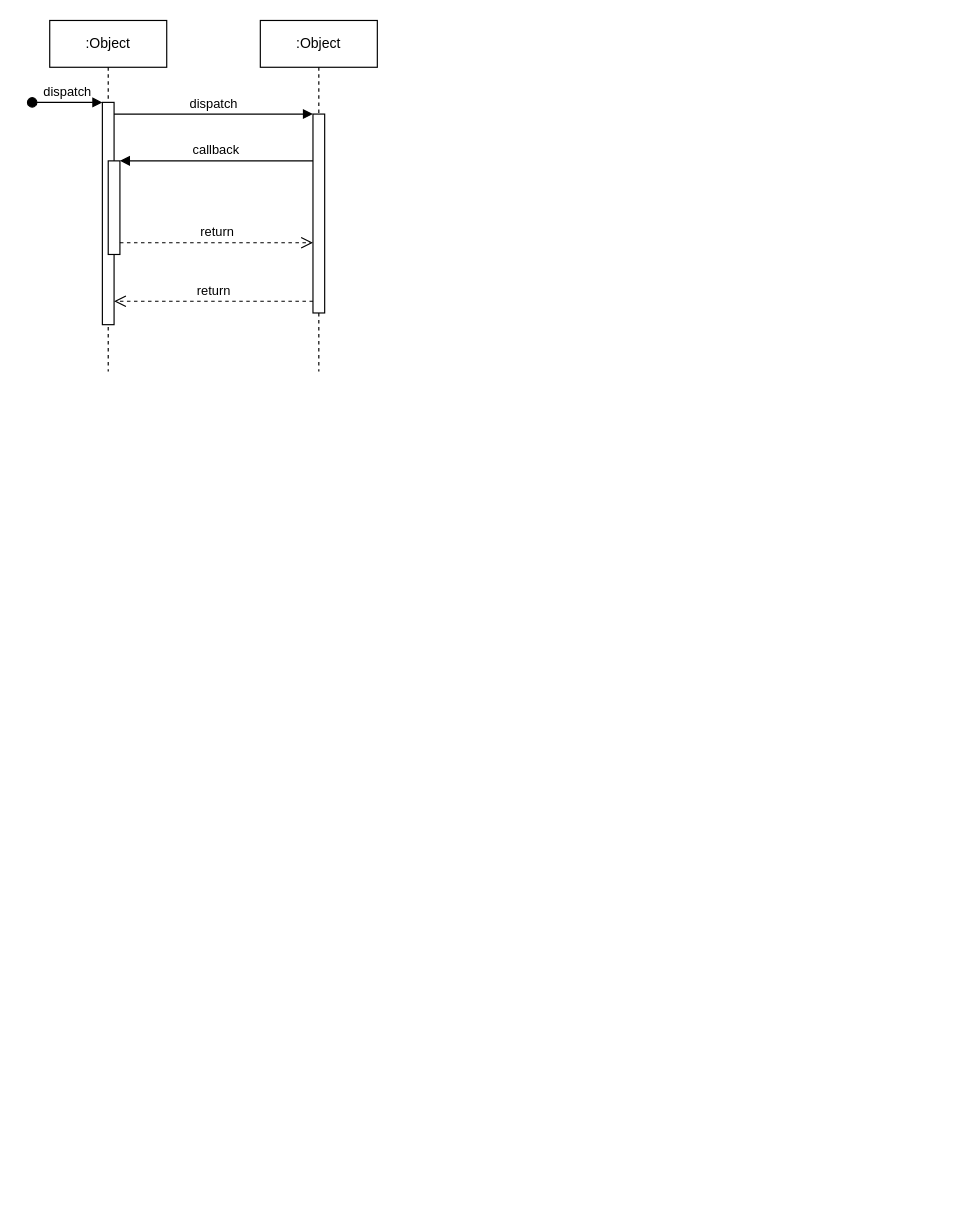
benjamin-tan-osim/diagrams keeps this draw.io diagram as Untitled Diagram.drawio. Above is the earlier version. Source tidied: cells renumbered, new cells numbered last; positions are measured from the earlier drawing's top-left corner, leaving out a move shared by most shapes. Both pictures are drawn from the tidied source at 117%, with x=0, y=0 at pixel (32, 20).
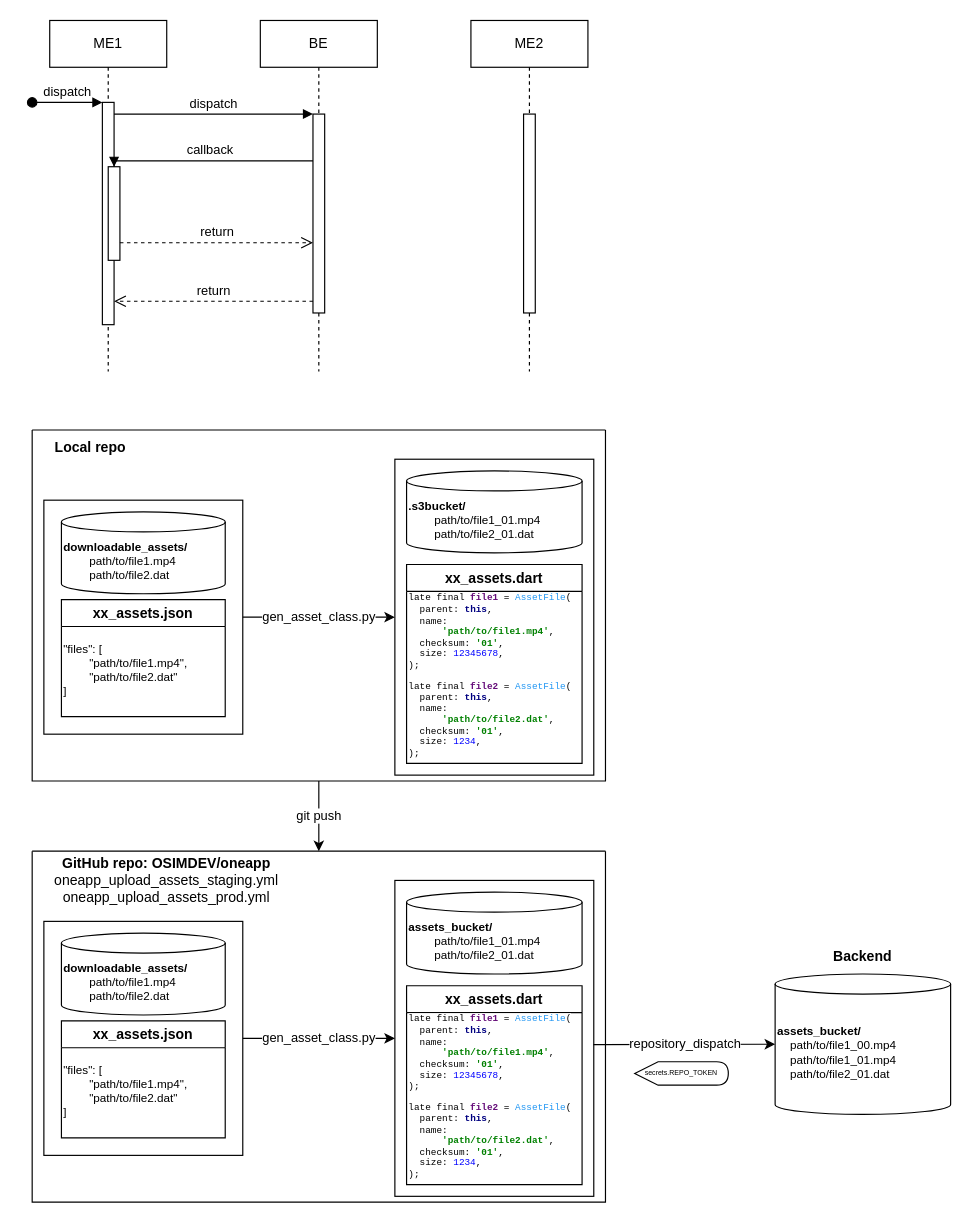
The same diagram, later.

Commit message:
old workflow

What changed in the source:
```diff
@@
-    <mxCell id="2" value=":Object" style="shape=umlLifeline;perimeter=lifelinePerimeter;whiteSpace=wrap;html=1;newEdgeStyle={&quot;edgeStyle&quot;:&quot;elbowEdgeStyle&quot;,&quot;elbow&quot;:&quot;vertical&quot;,&quot;curved&quot;:0,&quot;rounded&quot;:0};" parent="1" vertex="1">
+    <mxCell id="2" value="ME1" style="shape=umlLifeline;perimeter=lifelinePerimeter;whiteSpace=wrap;html=1;newEdgeStyle={&quot;edgeStyle&quot;:&quot;elbowEdgeStyle&quot;,&quot;elbow&quot;:&quot;vertical&quot;,&quot;curved&quot;:0,&quot;rounded&quot;:0};" parent="1" vertex="1">
       <mxGeometry x="15" width="100" height="300" as="geometry" />
     </mxCell>
@@
     <mxCell id="5" style="html=1;points=[];perimeter=orthogonalPerimeter;outlineConnect=0;targetShapes=umlLifeline;portConstraint=eastwest;newEdgeStyle={&quot;edgeStyle&quot;:&quot;elbowEdgeStyle&quot;,&quot;elbow&quot;:&quot;vertical&quot;,&quot;curved&quot;:0,&quot;rounded&quot;:0};" parent="2" vertex="1">
-      <mxGeometry x="50" y="120" width="10" height="80" as="geometry" />
+      <mxGeometry x="50" y="125" width="10" height="80" as="geometry" />
     </mxCell>
-    <mxCell id="6" value=":Object" style="shape=umlLifeline;perimeter=lifelinePerimeter;whiteSpace=wrap;html=1;newEdgeStyle={&quot;edgeStyle&quot;:&quot;elbowEdgeStyle&quot;,&quot;elbow&quot;:&quot;vertical&quot;,&quot;curved&quot;:0,&quot;rounded&quot;:0};" parent="1" vertex="1">
+    <mxCell id="6" value="BE" style="shape=umlLifeline;perimeter=lifelinePerimeter;whiteSpace=wrap;html=1;newEdgeStyle={&quot;edgeStyle&quot;:&quot;elbowEdgeStyle&quot;,&quot;elbow&quot;:&quot;vertical&quot;,&quot;curved&quot;:0,&quot;rounded&quot;:0};" parent="1" vertex="1">
       <mxGeometry x="195" width="100" height="300" as="geometry" />
     </mxCell>
@@
+    <mxCell id="12" value="ME2" style="shape=umlLifeline;perimeter=lifelinePerimeter;whiteSpace=wrap;html=1;newEdgeStyle={&quot;edgeStyle&quot;:&quot;elbowEdgeStyle&quot;,&quot;elbow&quot;:&quot;vertical&quot;,&quot;curved&quot;:0,&quot;rounded&quot;:0};" parent="1" vertex="1">
+      <mxGeometry x="375" width="100" height="300" as="geometry" />
+    </mxCell>
+    <mxCell id="13" style="html=1;perimeter=orthogonalPerimeter;targetShapes=umlLifeline;newEdgeStyle={&quot;edgeStyle&quot;:&quot;elbowEdgeStyle&quot;,&quot;elbow&quot;:&quot;vertical&quot;,&quot;curved&quot;:0,&quot;rounded&quot;:0};" parent="12" vertex="1">
+      <mxGeometry x="45" y="80" width="10" height="170" as="geometry" />
+    </mxCell>
+    <mxCell id="14" style="group;" parent="1" vertex="1">
+      <mxGeometry y="350" width="490" height="300" as="geometry" />
+    </mxCell>
+    <mxCell id="15" style="group;" parent="14" vertex="1">
+      <mxGeometry x="10" y="60" width="170" height="200" as="geometry" />
+    </mxCell>
+    <mxCell id="16" style="rounded=0;whiteSpace=wrap;html=1;" parent="15" vertex="1">
+      <mxGeometry width="170" height="200" as="geometry" />
+    </mxCell>
+    <mxCell id="17" value="xx_assets.json" style="swimlane;whiteSpace=wrap;html=1;align=center;" parent="15" vertex="1">
+      <mxGeometry x="15" y="85" width="140" height="100" as="geometry" />
+    </mxCell>
+    <mxCell id="18" value="&quot;files&quot;: [&lt;br style=&quot;font-size: 10px;&quot;&gt;&lt;span style=&quot;white-space: pre; font-size: 10px;&quot;&gt;&#9;&lt;/span&gt;&quot;path/to/file1.mp4&quot;,&lt;br style=&quot;font-size: 10px;&quot;&gt;&lt;span style=&quot;white-space: pre; font-size: 10px;&quot;&gt;&#9;&lt;/span&gt;&quot;path/to/file2.dat&quot;&lt;br style=&quot;font-size: 10px;&quot;&gt;]" style="text;html=1;align=left;verticalAlign=middle;strokeColor=none;fillColor=none;fontSize=10;" parent="17" vertex="1">
+      <mxGeometry y="30" width="130" height="60" as="geometry" />
+    </mxCell>
+    <mxCell id="19" value="&lt;b style=&quot;font-size: 10px;&quot;&gt;downloadable_assets/&lt;/b&gt;&lt;br style=&quot;font-size: 10px;&quot;&gt;&lt;span style=&quot;white-space: pre; font-size: 10px;&quot;&gt;&#9;&lt;/span&gt;path/to/file1.mp4&lt;br style=&quot;font-size: 10px;&quot;&gt;&lt;span style=&quot;white-space: pre; font-size: 10px;&quot;&gt;&#9;&lt;/span&gt;path/to/file2.dat" style="shape=cylinder3;whiteSpace=wrap;html=1;boundedLbl=1;backgroundOutline=1;size=8.555555555555486;align=left;fontSize=10;" parent="15" vertex="1">
+      <mxGeometry x="15" y="10" width="140" height="70" as="geometry" />
+    </mxCell>
+    <mxCell id="20" style="group;" parent="14" vertex="1">
+      <mxGeometry x="310" y="25" width="170" height="270" as="geometry" />
+    </mxCell>
+    <mxCell id="21" style="rounded=0;whiteSpace=wrap;html=1;" parent="20" vertex="1">
+      <mxGeometry width="170" height="270" as="geometry" />
+    </mxCell>
+    <mxCell id="22" value="&lt;b style=&quot;font-size: 10px;&quot;&gt;.s3bucket/&lt;/b&gt;&lt;br style=&quot;font-size: 10px;&quot;&gt;&lt;span style=&quot;white-space: pre; font-size: 10px;&quot;&gt;&#9;&lt;/span&gt;path/to/file1_01.mp4&lt;br style=&quot;font-size: 10px;&quot;&gt;&lt;span style=&quot;white-space: pre; font-size: 10px;&quot;&gt;&#9;&lt;/span&gt;path/to/file2_01.dat" style="shape=cylinder3;whiteSpace=wrap;html=1;boundedLbl=1;backgroundOutline=1;size=8.555555555555486;align=left;fontSize=10;" parent="20" vertex="1">
+      <mxGeometry x="10" y="10" width="150" height="70" as="geometry" />
+    </mxCell>
+    <mxCell id="23" value="xx_assets.dart" style="swimlane;whiteSpace=wrap;html=1;align=center;" parent="20" vertex="1">
+      <mxGeometry x="10" y="90" width="150" height="170" as="geometry" />
+    </mxCell>
+    <mxCell id="24" value="&lt;div style=&quot;background-color: rgb(255, 255, 255); font-family: &amp;quot;JetBrains Mono&amp;quot;, monospace; font-size: 8px;&quot;&gt;&lt;pre style=&quot;font-size: 8px;&quot;&gt;late final &lt;span style=&quot;color: rgb(102, 14, 122); font-weight: bold; font-size: 8px;&quot;&gt;file1 &lt;/span&gt;= &lt;span style=&quot;color: rgb(33, 150, 243); font-size: 8px;&quot;&gt;AssetFile&lt;/span&gt;(&lt;br style=&quot;font-size: 8px;&quot;&gt;  parent: &lt;span style=&quot;color: rgb(0, 0, 128); font-weight: bold; font-size: 8px;&quot;&gt;this&lt;/span&gt;,&lt;br style=&quot;font-size: 8px;&quot;&gt;  name:&lt;br style=&quot;font-size: 8px;&quot;&gt;      &lt;span style=&quot;color: rgb(0, 128, 0); font-weight: bold; font-size: 8px;&quot;&gt;'path/to/file1.mp4'&lt;/span&gt;,&lt;br style=&quot;font-size: 8px;&quot;&gt;  checksum: &lt;span style=&quot;color: rgb(0, 128, 0); font-weight: bold; font-size: 8px;&quot;&gt;'01'&lt;/span&gt;,&lt;br style=&quot;font-size: 8px;&quot;&gt;  size: &lt;span style=&quot;color: rgb(0, 0, 255); font-size: 8px;&quot;&gt;12345678&lt;/span&gt;,&lt;br style=&quot;font-size: 8px;&quot;&gt;);&lt;/pre&gt;&lt;pre style=&quot;font-size: 8px;&quot;&gt;&lt;div style=&quot;font-family: &amp;quot;JetBrains Mono&amp;quot;, monospace; font-size: 8px;&quot;&gt;&lt;pre style=&quot;font-size: 8px;&quot;&gt;late final &lt;span style=&quot;color: rgb(102, 14, 122); font-weight: bold; font-size: 8px;&quot;&gt;file2 &lt;/span&gt;= &lt;span style=&quot;color: rgb(33, 150, 243); font-size: 8px;&quot;&gt;AssetFile&lt;/span&gt;(&lt;br style=&quot;font-size: 8px;&quot;&gt;  parent: &lt;span style=&quot;color: rgb(0, 0, 128); font-weight: bold; font-size: 8px;&quot;&gt;this&lt;/span&gt;,&lt;br style=&quot;font-size: 8px;&quot;&gt;  name:&lt;br style=&quot;font-size: 8px;&quot;&gt;      &lt;span style=&quot;color: rgb(0, 128, 0); font-weight: bold; font-size: 8px;&quot;&gt;'path/to/file2.dat'&lt;/span&gt;,&lt;br style=&quot;font-size: 8px;&quot;&gt;  checksum: &lt;span style=&quot;color: rgb(0, 128, 0); font-weight: bold; font-size: 8px;&quot;&gt;'01'&lt;/span&gt;,&lt;br style=&quot;font-size: 8px;&quot;&gt;  size: &lt;span style=&quot;color: rgb(0, 0, 255); font-size: 8px;&quot;&gt;1234&lt;/span&gt;,&lt;br style=&quot;font-size: 8px;&quot;&gt;);&lt;/pre&gt;&lt;/div&gt;&lt;/pre&gt;&lt;/div&gt;" style="text;html=1;align=left;verticalAlign=middle;strokeColor=none;fillColor=none;fontSize=8;" parent="20" vertex="1">
+      <mxGeometry x="10" y="100" width="160" height="170" as="geometry" />
+    </mxCell>
+    <mxCell id="25" value="gen_asset_class.py" style="endArrow=classic;html=1;rounded=0;exitX=1;exitY=0.5;exitDx=0;exitDy=0;entryX=0;entryY=0.5;entryDx=0;entryDy=0;" parent="14" edge="1" source="16" target="21">
+      <mxGeometry relative="1" as="geometry" />
+    </mxCell>
+    <mxCell id="26" style="swimlane;startSize=0;" parent="14" vertex="1">
+      <mxGeometry width="490" height="300" as="geometry" />
+    </mxCell>
+    <mxCell id="27" value="&lt;b&gt;Local repo&lt;/b&gt;" style="text;html=1;strokeColor=none;fillColor=none;align=center;verticalAlign=middle;whiteSpace=wrap;rounded=0;" parent="26" vertex="1">
+      <mxGeometry width="100" height="30" as="geometry" />
+    </mxCell>
+    <mxCell id="28" style="group;" parent="1" vertex="1">
+      <mxGeometry y="710" width="530" height="300" as="geometry" />
+    </mxCell>
+    <mxCell id="29" style="group;" parent="28" vertex="1">
+      <mxGeometry x="10" y="60" width="170" height="200" as="geometry" />
+    </mxCell>
+    <mxCell id="30" style="rounded=0;whiteSpace=wrap;html=1;" parent="29" vertex="1">
+      <mxGeometry width="170" height="200" as="geometry" />
+    </mxCell>
+    <mxCell id="31" value="xx_assets.json" style="swimlane;whiteSpace=wrap;html=1;align=center;" parent="29" vertex="1">
+      <mxGeometry x="15" y="85" width="140" height="100" as="geometry" />
+    </mxCell>
+    <mxCell id="32" value="&quot;files&quot;: [&lt;br style=&quot;font-size: 10px;&quot;&gt;&lt;span style=&quot;white-space: pre; font-size: 10px;&quot;&gt;&#9;&lt;/span&gt;&quot;path/to/file1.mp4&quot;,&lt;br style=&quot;font-size: 10px;&quot;&gt;&lt;span style=&quot;white-space: pre; font-size: 10px;&quot;&gt;&#9;&lt;/span&gt;&quot;path/to/file2.dat&quot;&lt;br style=&quot;font-size: 10px;&quot;&gt;]" style="text;html=1;align=left;verticalAlign=middle;strokeColor=none;fillColor=none;fontSize=10;" parent="31" vertex="1">
+      <mxGeometry y="30" width="130" height="60" as="geometry" />
+    </mxCell>
+    <mxCell id="33" value="&lt;b style=&quot;font-size: 10px;&quot;&gt;downloadable_assets/&lt;/b&gt;&lt;br style=&quot;font-size: 10px;&quot;&gt;&lt;span style=&quot;white-space: pre; font-size: 10px;&quot;&gt;&#9;&lt;/span&gt;path/to/file1.mp4&lt;br style=&quot;font-size: 10px;&quot;&gt;&lt;span style=&quot;white-space: pre; font-size: 10px;&quot;&gt;&#9;&lt;/span&gt;path/to/file2.dat" style="shape=cylinder3;whiteSpace=wrap;html=1;boundedLbl=1;backgroundOutline=1;size=8.555555555555486;align=left;fontSize=10;" parent="29" vertex="1">
+      <mxGeometry x="15" y="10" width="140" height="70" as="geometry" />
+    </mxCell>
+    <mxCell id="34" style="group;" parent="28" vertex="1">
+      <mxGeometry x="310" y="25" width="170" height="270" as="geometry" />
+    </mxCell>
+    <mxCell id="35" style="rounded=0;whiteSpace=wrap;html=1;" parent="34" vertex="1">
+      <mxGeometry width="170" height="270" as="geometry" />
+    </mxCell>
+    <mxCell id="36" value="&lt;b style=&quot;font-size: 10px;&quot;&gt;assets_bucket/&lt;/b&gt;&lt;br style=&quot;font-size: 10px;&quot;&gt;&lt;span style=&quot;white-space: pre; font-size: 10px;&quot;&gt;&#9;&lt;/span&gt;path/to/file1_01.mp4&lt;br style=&quot;font-size: 10px;&quot;&gt;&lt;span style=&quot;white-space: pre; font-size: 10px;&quot;&gt;&#9;&lt;/span&gt;path/to/file2_01.dat" style="shape=cylinder3;whiteSpace=wrap;html=1;boundedLbl=1;backgroundOutline=1;size=8.555555555555486;align=left;fontSize=10;" parent="34" vertex="1">
+      <mxGeometry x="10" y="10" width="150" height="70" as="geometry" />
+    </mxCell>
+    <mxCell id="37" value="xx_assets.dart" style="swimlane;whiteSpace=wrap;html=1;align=center;" parent="34" vertex="1">
+      <mxGeometry x="10" y="90" width="150" height="170" as="geometry" />
+    </mxCell>
+    <mxCell id="38" value="&lt;div style=&quot;background-color: rgb(255, 255, 255); font-family: &amp;quot;JetBrains Mono&amp;quot;, monospace; font-size: 8px;&quot;&gt;&lt;pre style=&quot;font-size: 8px;&quot;&gt;late final &lt;span style=&quot;color: rgb(102, 14, 122); font-weight: bold; font-size: 8px;&quot;&gt;file1 &lt;/span&gt;= &lt;span style=&quot;color: rgb(33, 150, 243); font-size: 8px;&quot;&gt;AssetFile&lt;/span&gt;(&lt;br style=&quot;font-size: 8px;&quot;&gt;  parent: &lt;span style=&quot;color: rgb(0, 0, 128); font-weight: bold; font-size: 8px;&quot;&gt;this&lt;/span&gt;,&lt;br style=&quot;font-size: 8px;&quot;&gt;  name:&lt;br style=&quot;font-size: 8px;&quot;&gt;      &lt;span style=&quot;color: rgb(0, 128, 0); font-weight: bold; font-size: 8px;&quot;&gt;'path/to/file1.mp4'&lt;/span&gt;,&lt;br style=&quot;font-size: 8px;&quot;&gt;  checksum: &lt;span style=&quot;color: rgb(0, 128, 0); font-weight: bold; font-size: 8px;&quot;&gt;'01'&lt;/span&gt;,&lt;br style=&quot;font-size: 8px;&quot;&gt;  size: &lt;span style=&quot;color: rgb(0, 0, 255); font-size: 8px;&quot;&gt;12345678&lt;/span&gt;,&lt;br style=&quot;font-size: 8px;&quot;&gt;);&lt;/pre&gt;&lt;pre style=&quot;font-size: 8px;&quot;&gt;&lt;div style=&quot;font-family: &amp;quot;JetBrains Mono&amp;quot;, monospace; font-size: 8px;&quot;&gt;&lt;pre style=&quot;font-size: 8px;&quot;&gt;late final &lt;span style=&quot;color: rgb(102, 14, 122); font-weight: bold; font-size: 8px;&quot;&gt;file2 &lt;/span&gt;= &lt;span style=&quot;color: rgb(33, 150, 243); font-size: 8px;&quot;&gt;AssetFile&lt;/span&gt;(&lt;br style=&quot;font-size: 8px;&quot;&gt;  parent: &lt;span style=&quot;color: rgb(0, 0, 128); font-weight: bold; font-size: 8px;&quot;&gt;this&lt;/span&gt;,&lt;br style=&quot;font-size: 8px;&quot;&gt;  name:&lt;br style=&quot;font-size: 8px;&quot;&gt;      &lt;span style=&quot;color: rgb(0, 128, 0); font-weight: bold; font-size: 8px;&quot;&gt;'path/to/file2.dat'&lt;/span&gt;,&lt;br style=&quot;font-size: 8px;&quot;&gt;  checksum: &lt;span style=&quot;color: rgb(0, 128, 0); font-weight: bold; font-size: 8px;&quot;&gt;'01'&lt;/span&gt;,&lt;br style=&quot;font-size: 8px;&quot;&gt;  size: &lt;span style=&quot;color: rgb(0, 0, 255); font-size: 8px;&quot;&gt;1234&lt;/span&gt;,&lt;br style=&quot;font-size: 8px;&quot;&gt;);&lt;/pre&gt;&lt;/div&gt;&lt;/pre&gt;&lt;/div&gt;" style="text;html=1;align=left;verticalAlign=middle;strokeColor=none;fillColor=none;fontSize=8;" parent="34" vertex="1">
+      <mxGeometry x="10" y="100" width="160" height="170" as="geometry" />
+    </mxCell>
+    <mxCell id="39" value="gen_asset_class.py" style="endArrow=classic;html=1;rounded=0;exitX=1;exitY=0.5;exitDx=0;exitDy=0;entryX=0;entryY=0.5;entryDx=0;entryDy=0;" parent="28" edge="1" source="30" target="35">
+      <mxGeometry relative="1" as="geometry" />
+    </mxCell>
+    <mxCell id="40" style="swimlane;startSize=0;" parent="28" vertex="1">
+      <mxGeometry width="490" height="300" as="geometry" />
+    </mxCell>
+    <mxCell id="41" value="&lt;b&gt;GitHub repo: OSIMDEV/oneapp&lt;/b&gt;&lt;br&gt;oneapp_upload_assets_staging.yml&lt;br&gt;&lt;span style=&quot;border-color: var(--border-color);&quot;&gt;oneapp_upload_assets_prod.yml&lt;/span&gt;&lt;b&gt;&lt;br&gt;&lt;/b&gt;" style="text;html=1;strokeColor=none;fillColor=none;align=center;verticalAlign=middle;whiteSpace=wrap;rounded=0;" parent="40" vertex="1">
+      <mxGeometry width="230" height="50" as="geometry" />
+    </mxCell>
+    <mxCell id="42" value="&lt;b style=&quot;font-size: 10px;&quot;&gt;assets_bucket/&lt;/b&gt;&lt;br style=&quot;font-size: 10px;&quot;&gt;&lt;span style=&quot;font-size: 10px;&quot;&gt;&lt;span style=&quot;white-space: pre;&quot;&gt;&amp;nbsp;&amp;nbsp;&amp;nbsp;&amp;nbsp;&lt;/span&gt;&lt;/span&gt;path/to/file1_00.mp4&lt;br&gt;&amp;nbsp; &amp;nbsp; path/to/file1_01.mp4&lt;br style=&quot;border-color: var(--border-color);&quot;&gt;&lt;span style=&quot;font-size: 10px;&quot;&gt;&lt;span style=&quot;white-space: pre;&quot;&gt;&amp;nbsp;&amp;nbsp;&amp;nbsp;&amp;nbsp;&lt;/span&gt;&lt;/span&gt;path/to/file2_01.dat" style="shape=cylinder3;whiteSpace=wrap;html=1;boundedLbl=1;backgroundOutline=1;size=8.555555555555486;align=left;fontSize=10;" parent="1" vertex="1">
+      <mxGeometry x="635" y="815" width="150" height="120" as="geometry" />
+    </mxCell>
+    <mxCell id="43" value="git push" style="endArrow=classic;html=1;rounded=0;exitX=0.5;exitY=1;exitDx=0;exitDy=0;entryX=0.5;entryY=0;entryDx=0;entryDy=0;" parent="1" edge="1" source="26" target="40">
+      <mxGeometry relative="1" as="geometry" />
+    </mxCell>
+    <mxCell id="44" value="repository_dispatch" style="endArrow=classic;html=1;rounded=0;entryX=0;entryY=0.5;entryDx=0;entryDy=0;entryPerimeter=0;exitX=0.998;exitY=0.52;exitDx=0;exitDy=0;exitPerimeter=0;" parent="1" edge="1" source="35" target="42">
+      <mxGeometry relative="1" as="geometry" />
+    </mxCell>
+    <mxCell id="45" value="secrets.REPO_TOKEN" style="shape=display;whiteSpace=wrap;html=1;fontSize=6;" parent="1" vertex="1">
+      <mxGeometry x="515" y="890" width="80" height="20" as="geometry" />
+    </mxCell>
+    <mxCell id="46" value="Backend" style="text;html=1;strokeColor=none;fillColor=none;align=center;verticalAlign=middle;whiteSpace=wrap;rounded=0;fontStyle=1;" parent="1" vertex="1">
+      <mxGeometry x="680" y="785" width="60" height="30" as="geometry" />
+    </mxCell>
```
